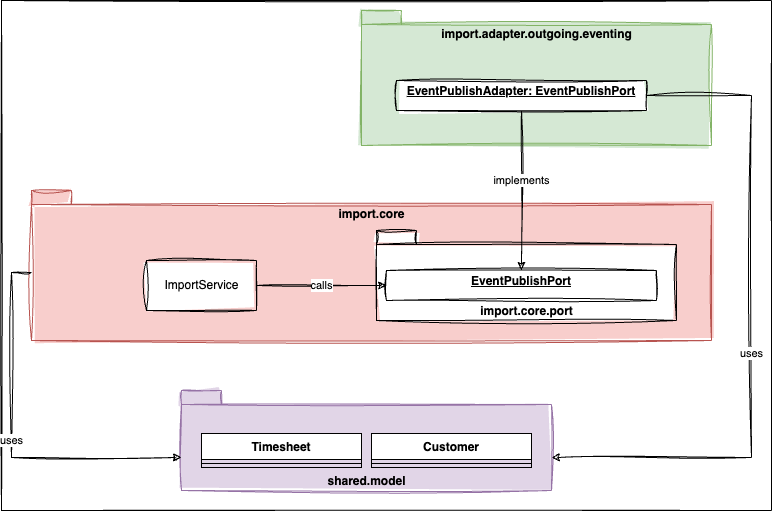
Before: docs/assets/static-level-4.drawio.png, a diagram exported from draw.io (tinohertlein/timesheet-wizard). Source tidied: cells renumbered, new cells last; positions are measured from the earlier drawing's top-left corner, leaving out a move shared by most shapes. Source of this version:
```xml
<mxGraphModel>
  <root>
    <mxCell id="0" />
    <mxCell id="1" parent="0" />
    <mxCell id="2" style="rounded=0;whiteSpace=wrap;html=1;sketch=1;fillStyle=solid;" parent="1" vertex="1">
      <mxGeometry width="770" height="510" as="geometry" />
    </mxCell>
    <mxCell id="3" value="import.core" style="shape=folder;fontStyle=1;spacingTop=10;tabWidth=40;tabHeight=14;tabPosition=left;html=1;labelPosition=center;verticalLabelPosition=middle;align=center;verticalAlign=top;fillColor=#f8cecc;strokeColor=#b85450;sketch=1;curveFitting=1;jiggle=2;fillStyle=solid;" parent="1" vertex="1">
      <mxGeometry x="30" y="190" width="680" height="150" as="geometry" />
    </mxCell>
    <mxCell id="4" value="import.core.port" style="shape=folder;fontStyle=1;spacingTop=10;tabWidth=40;tabHeight=14;tabPosition=left;html=1;labelPosition=center;verticalLabelPosition=middle;align=center;verticalAlign=bottom;sketch=1;curveFitting=1;jiggle=2;" parent="1" vertex="1">
      <mxGeometry x="375" y="230" width="300" height="90" as="geometry" />
    </mxCell>
    <mxCell id="5" value="&lt;p style=&quot;margin:0px;margin-top:4px;text-align:center;text-decoration:underline;&quot;&gt;&lt;b&gt;EventPublishPort&lt;/b&gt;&lt;/p&gt;" style="verticalAlign=top;align=left;overflow=fill;fontSize=12;fontFamily=Helvetica;html=1;sketch=1;curveFitting=1;jiggle=2;" parent="1" vertex="1">
      <mxGeometry x="385" y="270" width="270" height="30" as="geometry" />
    </mxCell>
    <mxCell id="6" value="calls" style="endArrow=classic;html=1;rounded=0;entryX=0;entryY=0.5;entryDx=0;entryDy=0;sketch=1;curveFitting=1;jiggle=2;exitX=1;exitY=0.5;exitDx=0;exitDy=0;" parent="1" edge="1" source="13" target="5">
      <mxGeometry relative="1" as="geometry" />
    </mxCell>
    <mxCell id="7" value="shared.model" style="shape=folder;fontStyle=1;spacingTop=10;tabWidth=40;tabHeight=14;tabPosition=left;html=1;labelPosition=center;verticalLabelPosition=middle;align=center;verticalAlign=bottom;fillColor=#e1d5e7;strokeColor=#9673a6;sketch=1;curveFitting=1;jiggle=2;fillStyle=solid;" parent="1" vertex="1">
      <mxGeometry x="180" y="390" width="370" height="100" as="geometry" />
    </mxCell>
    <mxCell id="8" value="uses" style="endArrow=classic;html=1;rounded=0;entryX=0;entryY=0;entryDx=0;entryDy=67;entryPerimeter=0;exitX=0;exitY=0;exitDx=0;exitDy=82;exitPerimeter=0;sketch=1;curveFitting=1;jiggle=2;" parent="1" edge="1" source="3" target="7">
      <mxGeometry relative="1" as="geometry">
        <Array as="points">
          <mxPoint x="10" y="272" />
          <mxPoint x="10" y="457" />
        </Array>
      </mxGeometry>
    </mxCell>
    <mxCell id="9" value="Timesheet" style="swimlane;fontStyle=1;align=center;verticalAlign=top;horizontal=1;startSize=26;fillStyle=solid;" parent="1" vertex="1">
      <mxGeometry x="200" y="433" width="160" height="34" as="geometry" />
    </mxCell>
    <mxCell id="10" style="line;strokeWidth=1;fillColor=none;align=left;verticalAlign=middle;spacingTop=-1;spacingLeft=3;spacingRight=3;labelPosition=right;strokeColor=inherit;fillStyle=solid;" parent="9" vertex="1">
      <mxGeometry y="26" width="160" height="8" as="geometry" />
    </mxCell>
    <mxCell id="11" value="Customer" style="swimlane;fontStyle=1;align=center;verticalAlign=top;horizontal=1;startSize=26;fillStyle=solid;" parent="1" vertex="1">
      <mxGeometry x="370" y="433" width="160" height="34" as="geometry" />
    </mxCell>
    <mxCell id="12" style="line;strokeWidth=1;fillColor=none;align=left;verticalAlign=middle;spacingTop=-1;spacingLeft=3;spacingRight=3;labelPosition=right;strokeColor=inherit;fillStyle=solid;" parent="11" vertex="1">
      <mxGeometry y="26" width="160" height="8" as="geometry" />
    </mxCell>
    <mxCell id="13" value="ImportService" style="html=1;fillStyle=solid;sketch=1;curveFitting=1;jiggle=2;" parent="1" vertex="1">
      <mxGeometry x="145" y="260" width="110" height="50" as="geometry" />
    </mxCell>
    <mxCell id="14" value="import.adapter.outgoing.eventing" style="shape=folder;fontStyle=1;spacingTop=10;tabWidth=40;tabHeight=14;tabPosition=left;html=1;align=center;labelPosition=center;verticalLabelPosition=middle;verticalAlign=top;sketch=1;curveFitting=1;jiggle=2;fillColor=#d5e8d4;strokeColor=#82b366;fillStyle=solid;" parent="1" vertex="1">
      <mxGeometry x="360" y="10" width="350" height="135" as="geometry" />
    </mxCell>
    <mxCell id="15" value="&lt;p style=&quot;margin:0px;margin-top:4px;text-align:center;text-decoration:underline;&quot;&gt;&lt;b&gt;EventPublishAdapter: EventPublishPort&lt;/b&gt;&lt;/p&gt;" style="verticalAlign=top;align=left;overflow=fill;fontSize=12;fontFamily=Helvetica;html=1;sketch=1;curveFitting=1;jiggle=2;" parent="1" vertex="1">
      <mxGeometry x="395" y="80" width="250" height="30" as="geometry" />
    </mxCell>
    <mxCell id="16" style="endArrow=classic;html=1;rounded=0;entryX=0.5;entryY=0;entryDx=0;entryDy=0;exitX=0.5;exitY=1;exitDx=0;exitDy=0;sketch=1;curveFitting=1;jiggle=2;" parent="1" edge="1" source="15" target="5">
      <mxGeometry relative="1" as="geometry" />
    </mxCell>
    <mxCell id="17" value="implements" style="edgeLabel;html=1;align=center;verticalAlign=middle;" parent="16" vertex="1">
      <mxGeometry x="-0.14" y="-1" relative="1" as="geometry" />
    </mxCell>
    <mxCell id="18" style="endArrow=classic;html=1;rounded=0;entryX=0;entryY=0;entryDx=370;entryDy=67;entryPerimeter=0;exitX=1;exitY=0.5;exitDx=0;exitDy=0;sketch=1;curveFitting=1;jiggle=2;" parent="1" edge="1" source="15" target="7">
      <mxGeometry relative="1" as="geometry">
        <Array as="points">
          <mxPoint x="750" y="95" />
          <mxPoint x="750" y="457" />
        </Array>
      </mxGeometry>
    </mxCell>
    <mxCell id="19" value="uses" style="edgeLabel;html=1;align=center;verticalAlign=middle;" parent="18" vertex="1">
      <mxGeometry x="0.08" y="-1" relative="1" as="geometry" />
    </mxCell>
  </root>
</mxGraphModel>
```
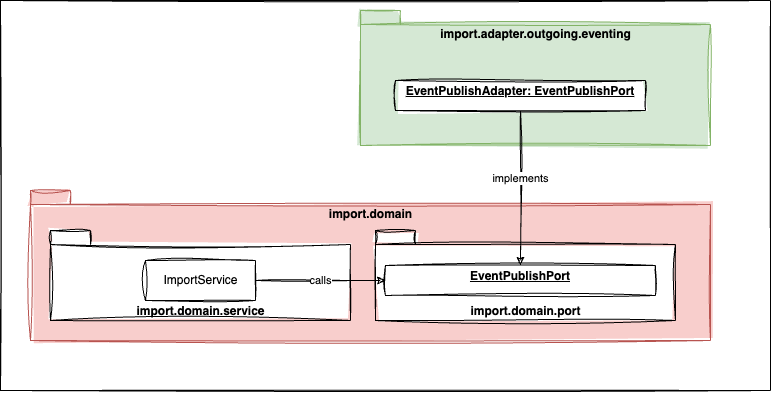
Later version of the same file.

What changed in the source:
```diff
@@ -3,46 +3,17 @@
     <mxCell id="0" />
     <mxCell id="1" parent="0" />
     <mxCell id="2" style="rounded=0;whiteSpace=wrap;html=1;sketch=1;fillStyle=solid;" parent="1" vertex="1">
-      <mxGeometry width="770" height="510" as="geometry" />
+      <mxGeometry width="770" height="390" as="geometry" />
     </mxCell>
-    <mxCell id="3" value="import.core" style="shape=folder;fontStyle=1;spacingTop=10;tabWidth=40;tabHeight=14;tabPosition=left;html=1;labelPosition=center;verticalLabelPosition=middle;align=center;verticalAlign=top;fillColor=#f8cecc;strokeColor=#b85450;sketch=1;curveFitting=1;jiggle=2;fillStyle=solid;" parent="1" vertex="1">
+    <mxCell id="3" value="import.domain" style="shape=folder;fontStyle=1;spacingTop=10;tabWidth=40;tabHeight=14;tabPosition=left;html=1;labelPosition=center;verticalLabelPosition=middle;align=center;verticalAlign=top;fillColor=#f8cecc;strokeColor=#b85450;sketch=1;curveFitting=1;jiggle=2;fillStyle=solid;" parent="1" vertex="1">
       <mxGeometry x="30" y="190" width="680" height="150" as="geometry" />
     </mxCell>
-    <mxCell id="4" value="import.core.port" style="shape=folder;fontStyle=1;spacingTop=10;tabWidth=40;tabHeight=14;tabPosition=left;html=1;labelPosition=center;verticalLabelPosition=middle;align=center;verticalAlign=bottom;sketch=1;curveFitting=1;jiggle=2;" parent="1" vertex="1">
+    <mxCell id="4" value="import.domain.port" style="shape=folder;fontStyle=1;spacingTop=10;tabWidth=40;tabHeight=14;tabPosition=left;html=1;labelPosition=center;verticalLabelPosition=middle;align=center;verticalAlign=bottom;sketch=1;curveFitting=1;jiggle=2;" parent="1" vertex="1">
       <mxGeometry x="375" y="230" width="300" height="90" as="geometry" />
     </mxCell>
     <mxCell id="5" value="&lt;p style=&quot;margin:0px;margin-top:4px;text-align:center;text-decoration:underline;&quot;&gt;&lt;b&gt;EventPublishPort&lt;/b&gt;&lt;/p&gt;" style="verticalAlign=top;align=left;overflow=fill;fontSize=12;fontFamily=Helvetica;html=1;sketch=1;curveFitting=1;jiggle=2;" parent="1" vertex="1">
-      <mxGeometry x="385" y="270" width="270" height="30" as="geometry" />
+      <mxGeometry x="385" y="265" width="270" height="30" as="geometry" />
     </mxCell>
-    <mxCell id="6" value="calls" style="endArrow=classic;html=1;rounded=0;entryX=0;entryY=0.5;entryDx=0;entryDy=0;sketch=1;curveFitting=1;jiggle=2;exitX=1;exitY=0.5;exitDx=0;exitDy=0;" parent="1" edge="1" source="13" target="5">
-      <mxGeometry relative="1" as="geometry" />
-    </mxCell>
-    <mxCell id="7" value="shared.model" style="shape=folder;fontStyle=1;spacingTop=10;tabWidth=40;tabHeight=14;tabPosition=left;html=1;labelPosition=center;verticalLabelPosition=middle;align=center;verticalAlign=bottom;fillColor=#e1d5e7;strokeColor=#9673a6;sketch=1;curveFitting=1;jiggle=2;fillStyle=solid;" parent="1" vertex="1">
-      <mxGeometry x="180" y="390" width="370" height="100" as="geometry" />
-    </mxCell>
-    <mxCell id="8" value="uses" style="endArrow=classic;html=1;rounded=0;entryX=0;entryY=0;entryDx=0;entryDy=67;entryPerimeter=0;exitX=0;exitY=0;exitDx=0;exitDy=82;exitPerimeter=0;sketch=1;curveFitting=1;jiggle=2;" parent="1" edge="1" source="3" target="7">
-      <mxGeometry relative="1" as="geometry">
-        <Array as="points">
-          <mxPoint x="10" y="272" />
-          <mxPoint x="10" y="457" />
-        </Array>
-      </mxGeometry>
-    </mxCell>
-    <mxCell id="9" value="Timesheet" style="swimlane;fontStyle=1;align=center;verticalAlign=top;horizontal=1;startSize=26;fillStyle=solid;" parent="1" vertex="1">
-      <mxGeometry x="200" y="433" width="160" height="34" as="geometry" />
-    </mxCell>
-    <mxCell id="10" style="line;strokeWidth=1;fillColor=none;align=left;verticalAlign=middle;spacingTop=-1;spacingLeft=3;spacingRight=3;labelPosition=right;strokeColor=inherit;fillStyle=solid;" parent="9" vertex="1">
-      <mxGeometry y="26" width="160" height="8" as="geometry" />
-    </mxCell>
-    <mxCell id="11" value="Customer" style="swimlane;fontStyle=1;align=center;verticalAlign=top;horizontal=1;startSize=26;fillStyle=solid;" parent="1" vertex="1">
-      <mxGeometry x="370" y="433" width="160" height="34" as="geometry" />
-    </mxCell>
-    <mxCell id="12" style="line;strokeWidth=1;fillColor=none;align=left;verticalAlign=middle;spacingTop=-1;spacingLeft=3;spacingRight=3;labelPosition=right;strokeColor=inherit;fillStyle=solid;" parent="11" vertex="1">
-      <mxGeometry y="26" width="160" height="8" as="geometry" />
-    </mxCell>
-    <mxCell id="13" value="ImportService" style="html=1;fillStyle=solid;sketch=1;curveFitting=1;jiggle=2;" parent="1" vertex="1">
-      <mxGeometry x="145" y="260" width="110" height="50" as="geometry" />
-    </mxCell>
     <mxCell id="14" value="import.adapter.outgoing.eventing" style="shape=folder;fontStyle=1;spacingTop=10;tabWidth=40;tabHeight=14;tabPosition=left;html=1;align=center;labelPosition=center;verticalLabelPosition=middle;verticalAlign=top;sketch=1;curveFitting=1;jiggle=2;fillColor=#d5e8d4;strokeColor=#82b366;fillStyle=solid;" parent="1" vertex="1">
       <mxGeometry x="360" y="10" width="350" height="135" as="geometry" />
     </mxCell>
@@ -55,16 +26,17 @@
     <mxCell id="17" value="implements" style="edgeLabel;html=1;align=center;verticalAlign=middle;" parent="16" vertex="1">
       <mxGeometry x="-0.14" y="-1" relative="1" as="geometry" />
     </mxCell>
-    <mxCell id="18" style="endArrow=classic;html=1;rounded=0;entryX=0;entryY=0;entryDx=370;entryDy=67;entryPerimeter=0;exitX=1;exitY=0.5;exitDx=0;exitDy=0;sketch=1;curveFitting=1;jiggle=2;" parent="1" edge="1" source="15" target="7">
-      <mxGeometry relative="1" as="geometry">
-        <Array as="points">
-          <mxPoint x="750" y="95" />
-          <mxPoint x="750" y="457" />
-        </Array>
-      </mxGeometry>
-    </mxCell>
-    <mxCell id="19" value="uses" style="edgeLabel;html=1;align=center;verticalAlign=middle;" parent="18" vertex="1">
-      <mxGeometry x="0.08" y="-1" relative="1" as="geometry" />
-    </mxCell>
+    <mxCell id="20" style="edgeStyle=orthogonalEdgeStyle;rounded=0;orthogonalLoop=1;jettySize=auto;html=1;exitX=0.5;exitY=1;exitDx=0;exitDy=0;startArrow=classic;startFill=1;endArrow=none;endFill=0;" parent="1" edge="1" source="2" target="2">
+      <mxGeometry relative="1" as="geometry" />
+    </mxCell>
+    <mxCell id="21" value="import.domain.service" style="shape=folder;fontStyle=1;spacingTop=10;tabWidth=40;tabHeight=14;tabPosition=left;html=1;labelPosition=center;verticalLabelPosition=middle;align=center;verticalAlign=bottom;sketch=1;curveFitting=1;jiggle=2;" parent="1" vertex="1">
+      <mxGeometry x="50" y="230" width="300" height="90" as="geometry" />
+    </mxCell>
+    <mxCell id="13" value="ImportService" style="html=1;fillStyle=solid;sketch=1;curveFitting=1;jiggle=2;" parent="1" vertex="1">
+      <mxGeometry x="145" y="260" width="110" height="40" as="geometry" />
+    </mxCell>
+    <mxCell id="6" value="calls" style="endArrow=classic;html=1;rounded=0;entryX=0;entryY=0.5;entryDx=0;entryDy=0;sketch=1;curveFitting=1;jiggle=2;exitX=1;exitY=0.5;exitDx=0;exitDy=0;" parent="1" edge="1" source="13" target="5">
+      <mxGeometry relative="1" as="geometry" />
+    </mxCell>
   </root>
 </mxGraphModel>
```
